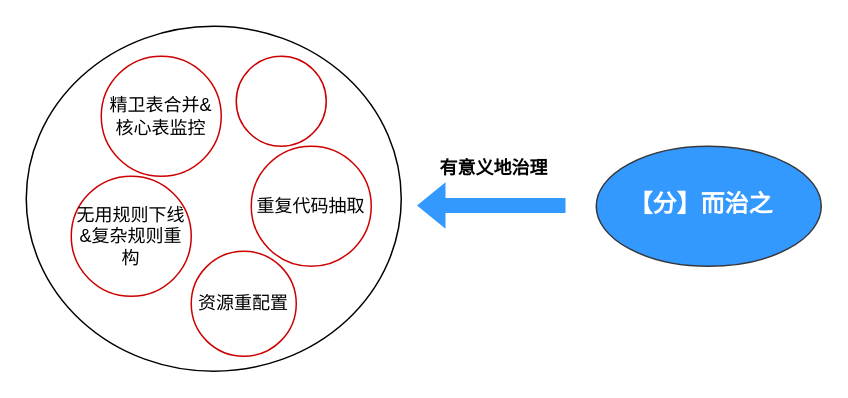
mineminemine123/work-wiki keeps this draw.io diagram as pl治理.drawio. Above is the earlier version. Source tidied: cells renumbered, new cells numbered last; positions are measured from the earlier drawing's top-left corner, leaving out a move shared by most shapes. Both pictures are drawn from the tidied source at 150%, with x=0, y=0 at pixel (26, 26).
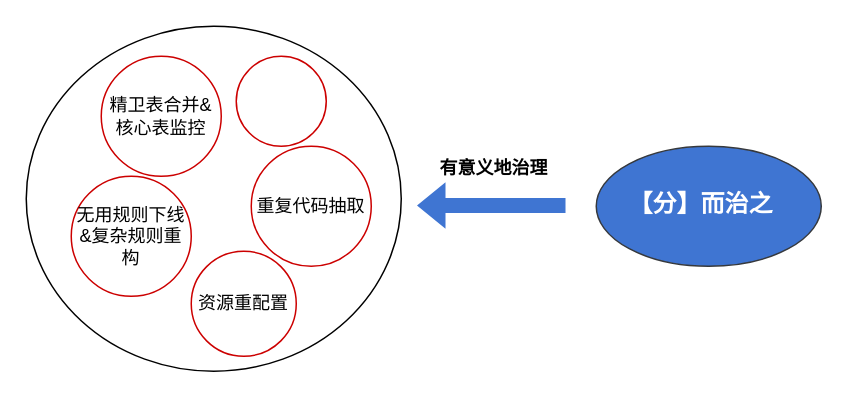
The same diagram, later.

The edit, as a diff of the source:
```diff
@@
 <mxGraphModel>
   <root>
     <mxCell id="0" />
     <mxCell id="1" parent="0" />
-    <mxCell id="2" style="shape=flexArrow;endArrow=classic;html=1;rounded=0;strokeColor=none;fillColor=#3399FF;" parent="1" edge="1">
+    <mxCell id="2" style="shape=flexArrow;endArrow=classic;html=1;rounded=0;strokeColor=none;fillColor=#3F75D2;" parent="1" edge="1">
       <mxGeometry relative="1" as="geometry">
         <mxPoint x="360" y="119.5" as="sourcePoint" />
         <mxPoint x="260" y="119.5" as="targetPoint" />
       </mxGeometry>
     </mxCell>
-    <mxCell id="3" style="ellipse;whiteSpace=wrap;html=1;strokeColor=#36393d;fillColor=#3399FF;" parent="1" vertex="1">
+    <mxCell id="3" style="ellipse;whiteSpace=wrap;html=1;strokeColor=#36393d;fillColor=light-dark(#3F75D2,#2B82DA);" parent="1" vertex="1">
       <mxGeometry x="380" y="80" width="150" height="80" as="geometry" />
     </mxCell>
     <mxCell id="4" value="&lt;font style=&quot;color: rgb(255, 255, 255); font-size: 16px;&quot;&gt;&lt;b&gt;【分】而治之&lt;/b&gt;&lt;/font&gt;" style="text;html=1;align=center;verticalAlign=middle;whiteSpace=wrap;rounded=0;" parent="1" vertex="1">
       <mxGeometry x="400" y="100" width="100" height="35" as="geometry" />
     </mxCell>
     <mxCell id="5" style="ellipse;whiteSpace=wrap;html=1;" parent="1" vertex="1">
       <mxGeometry width="250" height="230" as="geometry" />
     </mxCell>
     <mxCell id="6" value="&lt;div&gt;&lt;div class=&quot;old-record-id-XWXkdjbSToSbAaxWngFc1ZIonQe&quot;&gt;精卫表合并&amp;amp;核心表监控&lt;/div&gt;&lt;/div&gt;&lt;span class=&quot;lark-record-clipboard&quot; data-lark-record-data=&quot;{&amp;quot;rootId&amp;quot;:&amp;quot;ChRIdA0hZobBU5xymgpcbbGHnzd&amp;quot;,&amp;quot;text&amp;quot;:{&amp;quot;initialAttributedTexts&amp;quot;:{&amp;quot;text&amp;quot;:{&amp;quot;0&amp;quot;:&amp;quot;精卫表合并&amp;amp;核心表监控&amp;quot;},&amp;quot;attribs&amp;quot;:{&amp;quot;0&amp;quot;:&amp;quot;*0+b&amp;quot;}},&amp;quot;apool&amp;quot;:{&amp;quot;numToAttrib&amp;quot;:{&amp;quot;0&amp;quot;:[&amp;quot;author&amp;quot;,&amp;quot;6789052697665437964&amp;quot;]},&amp;quot;nextNum&amp;quot;:1}},&amp;quot;type&amp;quot;:&amp;quot;text&amp;quot;,&amp;quot;referenceRecordMap&amp;quot;:{},&amp;quot;extra&amp;quot;:{&amp;quot;channel&amp;quot;:&amp;quot;saas&amp;quot;,&amp;quot;pasteRandomId&amp;quot;:&amp;quot;1d12fe56-909d-4299-86d8-354a4d4ec832&amp;quot;,&amp;quot;mention_page_title&amp;quot;:{},&amp;quot;external_mention_url&amp;quot;:{}},&amp;quot;isKeepQuoteContainer&amp;quot;:false,&amp;quot;isFromCode&amp;quot;:false,&amp;quot;selection&amp;quot;:[{&amp;quot;id&amp;quot;:256,&amp;quot;type&amp;quot;:&amp;quot;text&amp;quot;,&amp;quot;selection&amp;quot;:{&amp;quot;start&amp;quot;:0,&amp;quot;end&amp;quot;:11},&amp;quot;recordId&amp;quot;:&amp;quot;XWXkdjbSToSbAaxWngFc1ZIonQe&amp;quot;}],&amp;quot;payloadMap&amp;quot;:{},&amp;quot;isCut&amp;quot;:false}&quot;&gt;&lt;/span&gt;" style="ellipse;whiteSpace=wrap;html=1;strokeColor=#CC0000;" parent="1" vertex="1">
       <mxGeometry x="50" y="20" width="80" height="80" as="geometry" />
     </mxCell>
     <mxCell id="7" value="&lt;div&gt;&lt;div class=&quot;old-record-id-XWXkdjbSToSbAaxWngFc1ZIonQe&quot;&gt;&lt;div&gt;&lt;div class=&quot;old-record-id-XWXkdjbSToSbAaxWngFc1ZIonQe&quot;&gt;无用规则下线&amp;amp;复杂规则重构&lt;/div&gt;&lt;/div&gt;&lt;span class=&quot;lark-record-clipboard&quot; data-lark-record-data=&quot;{&amp;quot;rootId&amp;quot;:&amp;quot;ChRIdA0hZobBU5xymgpcbbGHnzd&amp;quot;,&amp;quot;text&amp;quot;:{&amp;quot;initialAttributedTexts&amp;quot;:{&amp;quot;text&amp;quot;:{&amp;quot;0&amp;quot;:&amp;quot;无用规则下线&amp;amp;复杂规则重构&amp;quot;},&amp;quot;attribs&amp;quot;:{&amp;quot;0&amp;quot;:&amp;quot;*0+d&amp;quot;}},&amp;quot;apool&amp;quot;:{&amp;quot;numToAttrib&amp;quot;:{&amp;quot;0&amp;quot;:[&amp;quot;author&amp;quot;,&amp;quot;6789052697665437964&amp;quot;]},&amp;quot;nextNum&amp;quot;:1}},&amp;quot;type&amp;quot;:&amp;quot;text&amp;quot;,&amp;quot;referenceRecordMap&amp;quot;:{},&amp;quot;extra&amp;quot;:{&amp;quot;channel&amp;quot;:&amp;quot;saas&amp;quot;,&amp;quot;pasteRandomId&amp;quot;:&amp;quot;5cdd5dfd-b43b-46cd-955d-e5122e08f436&amp;quot;,&amp;quot;mention_page_title&amp;quot;:{},&amp;quot;external_mention_url&amp;quot;:{}},&amp;quot;isKeepQuoteContainer&amp;quot;:false,&amp;quot;isFromCode&amp;quot;:false,&amp;quot;selection&amp;quot;:[{&amp;quot;id&amp;quot;:256,&amp;quot;type&amp;quot;:&amp;quot;text&amp;quot;,&amp;quot;selection&amp;quot;:{&amp;quot;start&amp;quot;:14,&amp;quot;end&amp;quot;:27},&amp;quot;recordId&amp;quot;:&amp;quot;XWXkdjbSToSbAaxWngFc1ZIonQe&amp;quot;}],&amp;quot;payloadMap&amp;quot;:{},&amp;quot;isCut&amp;quot;:false}&quot;&gt;&lt;/span&gt;&lt;/div&gt;&lt;/div&gt;&lt;span class=&quot;lark-record-clipboard&quot; data-lark-record-data=&quot;{&amp;quot;rootId&amp;quot;:&amp;quot;ChRIdA0hZobBU5xymgpcbbGHnzd&amp;quot;,&amp;quot;text&amp;quot;:{&amp;quot;initialAttributedTexts&amp;quot;:{&amp;quot;text&amp;quot;:{&amp;quot;0&amp;quot;:&amp;quot;精卫表合并&amp;amp;核心表监控&amp;quot;},&amp;quot;attribs&amp;quot;:{&amp;quot;0&amp;quot;:&amp;quot;*0+b&amp;quot;}},&amp;quot;apool&amp;quot;:{&amp;quot;numToAttrib&amp;quot;:{&amp;quot;0&amp;quot;:[&amp;quot;author&amp;quot;,&amp;quot;6789052697665437964&amp;quot;]},&amp;quot;nextNum&amp;quot;:1}},&amp;quot;type&amp;quot;:&amp;quot;text&amp;quot;,&amp;quot;referenceRecordMap&amp;quot;:{},&amp;quot;extra&amp;quot;:{&amp;quot;channel&amp;quot;:&amp;quot;saas&amp;quot;,&amp;quot;pasteRandomId&amp;quot;:&amp;quot;1d12fe56-909d-4299-86d8-354a4d4ec832&amp;quot;,&amp;quot;mention_page_title&amp;quot;:{},&amp;quot;external_mention_url&amp;quot;:{}},&amp;quot;isKeepQuoteContainer&amp;quot;:false,&amp;quot;isFromCode&amp;quot;:false,&amp;quot;selection&amp;quot;:[{&amp;quot;id&amp;quot;:256,&amp;quot;type&amp;quot;:&amp;quot;text&amp;quot;,&amp;quot;selection&amp;quot;:{&amp;quot;start&amp;quot;:0,&amp;quot;end&amp;quot;:11},&amp;quot;recordId&amp;quot;:&amp;quot;XWXkdjbSToSbAaxWngFc1ZIonQe&amp;quot;}],&amp;quot;payloadMap&amp;quot;:{},&amp;quot;isCut&amp;quot;:false}&quot;&gt;&lt;/span&gt;" style="ellipse;whiteSpace=wrap;html=1;strokeColor=#CC0000;" parent="1" vertex="1">
       <mxGeometry x="30" y="100" width="80" height="80" as="geometry" />
     </mxCell>
     <mxCell id="8" value="&lt;div&gt;&lt;div class=&quot;old-record-id-XWXkdjbSToSbAaxWngFc1ZIonQe&quot;&gt;&lt;div&gt;&lt;div class=&quot;old-record-id-XWXkdjbSToSbAaxWngFc1ZIonQe&quot;&gt;&lt;div&gt;&lt;div class=&quot;old-record-id-XWXkdjbSToSbAaxWngFc1ZIonQe&quot;&gt;重复代码抽取&lt;/div&gt;&lt;/div&gt;&lt;span class=&quot;lark-record-clipboard&quot; data-lark-record-data=&quot;{&amp;quot;rootId&amp;quot;:&amp;quot;ChRIdA0hZobBU5xymgpcbbGHnzd&amp;quot;,&amp;quot;text&amp;quot;:{&amp;quot;initialAttributedTexts&amp;quot;:{&amp;quot;text&amp;quot;:{&amp;quot;0&amp;quot;:&amp;quot;复用代码抽取&amp;quot;},&amp;quot;attribs&amp;quot;:{&amp;quot;0&amp;quot;:&amp;quot;*0+6&amp;quot;}},&amp;quot;apool&amp;quot;:{&amp;quot;numToAttrib&amp;quot;:{&amp;quot;0&amp;quot;:[&amp;quot;author&amp;quot;,&amp;quot;6789052697665437964&amp;quot;]},&amp;quot;nextNum&amp;quot;:1}},&amp;quot;type&amp;quot;:&amp;quot;text&amp;quot;,&amp;quot;referenceRecordMap&amp;quot;:{},&amp;quot;extra&amp;quot;:{&amp;quot;channel&amp;quot;:&amp;quot;saas&amp;quot;,&amp;quot;pasteRandomId&amp;quot;:&amp;quot;e9fa6218-35b4-4a9d-a9d8-3d668199a75c&amp;quot;,&amp;quot;mention_page_title&amp;quot;:{},&amp;quot;external_mention_url&amp;quot;:{}},&amp;quot;isKeepQuoteContainer&amp;quot;:false,&amp;quot;isFromCode&amp;quot;:false,&amp;quot;selection&amp;quot;:[{&amp;quot;id&amp;quot;:256,&amp;quot;type&amp;quot;:&amp;quot;text&amp;quot;,&amp;quot;selection&amp;quot;:{&amp;quot;start&amp;quot;:30,&amp;quot;end&amp;quot;:36},&amp;quot;recordId&amp;quot;:&amp;quot;XWXkdjbSToSbAaxWngFc1ZIonQe&amp;quot;}],&amp;quot;payloadMap&amp;quot;:{},&amp;quot;isCut&amp;quot;:false}&quot;&gt;&lt;/span&gt;&lt;/div&gt;&lt;/div&gt;&lt;span class=&quot;lark-record-clipboard&quot; data-lark-record-data=&quot;{&amp;quot;rootId&amp;quot;:&amp;quot;ChRIdA0hZobBU5xymgpcbbGHnzd&amp;quot;,&amp;quot;text&amp;quot;:{&amp;quot;initialAttributedTexts&amp;quot;:{&amp;quot;text&amp;quot;:{&amp;quot;0&amp;quot;:&amp;quot;无用规则下线&amp;amp;复杂规则重构&amp;quot;},&amp;quot;attribs&amp;quot;:{&amp;quot;0&amp;quot;:&amp;quot;*0+d&amp;quot;}},&amp;quot;apool&amp;quot;:{&amp;quot;numToAttrib&amp;quot;:{&amp;quot;0&amp;quot;:[&amp;quot;author&amp;quot;,&amp;quot;6789052697665437964&amp;quot;]},&amp;quot;nextNum&amp;quot;:1}},&amp;quot;type&amp;quot;:&amp;quot;text&amp;quot;,&amp;quot;referenceRecordMap&amp;quot;:{},&amp;quot;extra&amp;quot;:{&amp;quot;channel&amp;quot;:&amp;quot;saas&amp;quot;,&amp;quot;pasteRandomId&amp;quot;:&amp;quot;5cdd5dfd-b43b-46cd-955d-e5122e08f436&amp;quot;,&amp;quot;mention_page_title&amp;quot;:{},&amp;quot;external_mention_url&amp;quot;:{}},&amp;quot;isKeepQuoteContainer&amp;quot;:false,&amp;quot;isFromCode&amp;quot;:false,&amp;quot;selection&amp;quot;:[{&amp;quot;id&amp;quot;:256,&amp;quot;type&amp;quot;:&amp;quot;text&amp;quot;,&amp;quot;selection&amp;quot;:{&amp;quot;start&amp;quot;:14,&amp;quot;end&amp;quot;:27},&amp;quot;recordId&amp;quot;:&amp;quot;XWXkdjbSToSbAaxWngFc1ZIonQe&amp;quot;}],&amp;quot;payloadMap&amp;quot;:{},&amp;quot;isCut&amp;quot;:false}&quot;&gt;&lt;/span&gt;&lt;/div&gt;&lt;/div&gt;&lt;span class=&quot;lark-record-clipboard&quot; data-lark-record-data=&quot;{&amp;quot;rootId&amp;quot;:&amp;quot;ChRIdA0hZobBU5xymgpcbbGHnzd&amp;quot;,&amp;quot;text&amp;quot;:{&amp;quot;initialAttributedTexts&amp;quot;:{&amp;quot;text&amp;quot;:{&amp;quot;0&amp;quot;:&amp;quot;精卫表合并&amp;amp;核心表监控&amp;quot;},&amp;quot;attribs&amp;quot;:{&amp;quot;0&amp;quot;:&amp;quot;*0+b&amp;quot;}},&amp;quot;apool&amp;quot;:{&amp;quot;numToAttrib&amp;quot;:{&amp;quot;0&amp;quot;:[&amp;quot;author&amp;quot;,&amp;quot;6789052697665437964&amp;quot;]},&amp;quot;nextNum&amp;quot;:1}},&amp;quot;type&amp;quot;:&amp;quot;text&amp;quot;,&amp;quot;referenceRecordMap&amp;quot;:{},&amp;quot;extra&amp;quot;:{&amp;quot;channel&amp;quot;:&amp;quot;saas&amp;quot;,&amp;quot;pasteRandomId&amp;quot;:&amp;quot;1d12fe56-909d-4299-86d8-354a4d4ec832&amp;quot;,&amp;quot;mention_page_title&amp;quot;:{},&amp;quot;external_mention_url&amp;quot;:{}},&amp;quot;isKeepQuoteContainer&amp;quot;:false,&amp;quot;isFromCode&amp;quot;:false,&amp;quot;selection&amp;quot;:[{&amp;quot;id&amp;quot;:256,&amp;quot;type&amp;quot;:&amp;quot;text&amp;quot;,&amp;quot;selection&amp;quot;:{&amp;quot;start&amp;quot;:0,&amp;quot;end&amp;quot;:11},&amp;quot;recordId&amp;quot;:&amp;quot;XWXkdjbSToSbAaxWngFc1ZIonQe&amp;quot;}],&amp;quot;payloadMap&amp;quot;:{},&amp;quot;isCut&amp;quot;:false}&quot;&gt;&lt;/span&gt;" style="ellipse;whiteSpace=wrap;html=1;strokeColor=#CC0000;" parent="1" vertex="1">
       <mxGeometry x="150" y="80" width="80" height="80" as="geometry" />
     </mxCell>
     <mxCell id="9" value="&lt;div&gt;&lt;div class=&quot;old-record-id-XWXkdjbSToSbAaxWngFc1ZIonQe&quot;&gt;&lt;div&gt;&lt;div class=&quot;old-record-id-XWXkdjbSToSbAaxWngFc1ZIonQe&quot;&gt;&lt;div&gt;&lt;div class=&quot;old-record-id-XWXkdjbSToSbAaxWngFc1ZIonQe&quot;&gt;&lt;div&gt;&lt;div class=&quot;old-record-id-XWXkdjbSToSbAaxWngFc1ZIonQe&quot;&gt;资源重配置&lt;/div&gt;&lt;/div&gt;&lt;span class=&quot;lark-record-clipboard&quot; data-lark-record-data=&quot;{&amp;quot;rootId&amp;quot;:&amp;quot;ChRIdA0hZobBU5xymgpcbbGHnzd&amp;quot;,&amp;quot;text&amp;quot;:{&amp;quot;initialAttributedTexts&amp;quot;:{&amp;quot;text&amp;quot;:{&amp;quot;0&amp;quot;:&amp;quot;资源重配置&amp;quot;},&amp;quot;attribs&amp;quot;:{&amp;quot;0&amp;quot;:&amp;quot;*0+5&amp;quot;}},&amp;quot;apool&amp;quot;:{&amp;quot;numToAttrib&amp;quot;:{&amp;quot;0&amp;quot;:[&amp;quot;author&amp;quot;,&amp;quot;6789052697665437964&amp;quot;]},&amp;quot;nextNum&amp;quot;:1}},&amp;quot;type&amp;quot;:&amp;quot;text&amp;quot;,&amp;quot;referenceRecordMap&amp;quot;:{},&amp;quot;extra&amp;quot;:{&amp;quot;channel&amp;quot;:&amp;quot;saas&amp;quot;,&amp;quot;pasteRandomId&amp;quot;:&amp;quot;1291db8a-156d-451d-92f8-595e6074ff26&amp;quot;,&amp;quot;mention_page_title&amp;quot;:{},&amp;quot;external_mention_url&amp;quot;:{}},&amp;quot;isKeepQuoteContainer&amp;quot;:false,&amp;quot;isFromCode&amp;quot;:false,&amp;quot;selection&amp;quot;:[{&amp;quot;id&amp;quot;:256,&amp;quot;type&amp;quot;:&amp;quot;text&amp;quot;,&amp;quot;selection&amp;quot;:{&amp;quot;start&amp;quot;:39,&amp;quot;end&amp;quot;:44},&amp;quot;recordId&amp;quot;:&amp;quot;XWXkdjbSToSbAaxWngFc1ZIonQe&amp;quot;}],&amp;quot;payloadMap&amp;quot;:{},&amp;quot;isCut&amp;quot;:false}&quot;&gt;&lt;/span&gt;&lt;/div&gt;&lt;/div&gt;&lt;span class=&quot;lark-record-clipboard&quot; data-lark-record-data=&quot;{&amp;quot;rootId&amp;quot;:&amp;quot;ChRIdA0hZobBU5xymgpcbbGHnzd&amp;quot;,&amp;quot;text&amp;quot;:{&amp;quot;initialAttributedTexts&amp;quot;:{&amp;quot;text&amp;quot;:{&amp;quot;0&amp;quot;:&amp;quot;复用代码抽取&amp;quot;},&amp;quot;attribs&amp;quot;:{&amp;quot;0&amp;quot;:&amp;quot;*0+6&amp;quot;}},&amp;quot;apool&amp;quot;:{&amp;quot;numToAttrib&amp;quot;:{&amp;quot;0&amp;quot;:[&amp;quot;author&amp;quot;,&amp;quot;6789052697665437964&amp;quot;]},&amp;quot;nextNum&amp;quot;:1}},&amp;quot;type&amp;quot;:&amp;quot;text&amp;quot;,&amp;quot;referenceRecordMap&amp;quot;:{},&amp;quot;extra&amp;quot;:{&amp;quot;channel&amp;quot;:&amp;quot;saas&amp;quot;,&amp;quot;pasteRandomId&amp;quot;:&amp;quot;e9fa6218-35b4-4a9d-a9d8-3d668199a75c&amp;quot;,&amp;quot;mention_page_title&amp;quot;:{},&amp;quot;external_mention_url&amp;quot;:{}},&amp;quot;isKeepQuoteContainer&amp;quot;:false,&amp;quot;isFromCode&amp;quot;:false,&amp;quot;selection&amp;quot;:[{&amp;quot;id&amp;quot;:256,&amp;quot;type&amp;quot;:&amp;quot;text&amp;quot;,&amp;quot;selection&amp;quot;:{&amp;quot;start&amp;quot;:30,&amp;quot;end&amp;quot;:36},&amp;quot;recordId&amp;quot;:&amp;quot;XWXkdjbSToSbAaxWngFc1ZIonQe&amp;quot;}],&amp;quot;payloadMap&amp;quot;:{},&amp;quot;isCut&amp;quot;:false}&quot;&gt;&lt;/span&gt;&lt;/div&gt;&lt;/div&gt;&lt;span class=&quot;lark-record-clipboard&quot; data-lark-record-data=&quot;{&amp;quot;rootId&amp;quot;:&amp;quot;ChRIdA0hZobBU5xymgpcbbGHnzd&amp;quot;,&amp;quot;text&amp;quot;:{&amp;quot;initialAttributedTexts&amp;quot;:{&amp;quot;text&amp;quot;:{&amp;quot;0&amp;quot;:&amp;quot;无用规则下线&amp;amp;复杂规则重构&amp;quot;},&amp;quot;attribs&amp;quot;:{&amp;quot;0&amp;quot;:&amp;quot;*0+d&amp;quot;}},&amp;quot;apool&amp;quot;:{&amp;quot;numToAttrib&amp;quot;:{&amp;quot;0&amp;quot;:[&amp;quot;author&amp;quot;,&amp;quot;6789052697665437964&amp;quot;]},&amp;quot;nextNum&amp;quot;:1}},&amp;quot;type&amp;quot;:&amp;quot;text&amp;quot;,&amp;quot;referenceRecordMap&amp;quot;:{},&amp;quot;extra&amp;quot;:{&amp;quot;channel&amp;quot;:&amp;quot;saas&amp;quot;,&amp;quot;pasteRandomId&amp;quot;:&amp;quot;5cdd5dfd-b43b-46cd-955d-e5122e08f436&amp;quot;,&amp;quot;mention_page_title&amp;quot;:{},&amp;quot;external_mention_url&amp;quot;:{}},&amp;quot;isKeepQuoteContainer&amp;quot;:false,&amp;quot;isFromCode&amp;quot;:false,&amp;quot;selection&amp;quot;:[{&amp;quot;id&amp;quot;:256,&amp;quot;type&amp;quot;:&amp;quot;text&amp;quot;,&amp;quot;selection&amp;quot;:{&amp;quot;start&amp;quot;:14,&amp;quot;end&amp;quot;:27},&amp;quot;recordId&amp;quot;:&amp;quot;XWXkdjbSToSbAaxWngFc1ZIonQe&amp;quot;}],&amp;quot;payloadMap&amp;quot;:{},&amp;quot;isCut&amp;quot;:false}&quot;&gt;&lt;/span&gt;&lt;/div&gt;&lt;/div&gt;&lt;span class=&quot;lark-record-clipboard&quot; data-lark-record-data=&quot;{&amp;quot;rootId&amp;quot;:&amp;quot;ChRIdA0hZobBU5xymgpcbbGHnzd&amp;quot;,&amp;quot;text&amp;quot;:{&amp;quot;initialAttributedTexts&amp;quot;:{&amp;quot;text&amp;quot;:{&amp;quot;0&amp;quot;:&amp;quot;精卫表合并&amp;amp;核心表监控&amp;quot;},&amp;quot;attribs&amp;quot;:{&amp;quot;0&amp;quot;:&amp;quot;*0+b&amp;quot;}},&amp;quot;apool&amp;quot;:{&amp;quot;numToAttrib&amp;quot;:{&amp;quot;0&amp;quot;:[&amp;quot;author&amp;quot;,&amp;quot;6789052697665437964&amp;quot;]},&amp;quot;nextNum&amp;quot;:1}},&amp;quot;type&amp;quot;:&amp;quot;text&amp;quot;,&amp;quot;referenceRecordMap&amp;quot;:{},&amp;quot;extra&amp;quot;:{&amp;quot;channel&amp;quot;:&amp;quot;saas&amp;quot;,&amp;quot;pasteRandomId&amp;quot;:&amp;quot;1d12fe56-909d-4299-86d8-354a4d4ec832&amp;quot;,&amp;quot;mention_page_title&amp;quot;:{},&amp;quot;external_mention_url&amp;quot;:{}},&amp;quot;isKeepQuoteContainer&amp;quot;:false,&amp;quot;isFromCode&amp;quot;:false,&amp;quot;selection&amp;quot;:[{&amp;quot;id&amp;quot;:256,&amp;quot;type&amp;quot;:&amp;quot;text&amp;quot;,&amp;quot;selection&amp;quot;:{&amp;quot;start&amp;quot;:0,&amp;quot;end&amp;quot;:11},&amp;quot;recordId&amp;quot;:&amp;quot;XWXkdjbSToSbAaxWngFc1ZIonQe&amp;quot;}],&amp;quot;payloadMap&amp;quot;:{},&amp;quot;isCut&amp;quot;:false}&quot;&gt;&lt;/span&gt;" style="ellipse;whiteSpace=wrap;html=1;strokeColor=#CC0000;" parent="1" vertex="1">
       <mxGeometry x="110" y="150" width="70" height="70" as="geometry" />
     </mxCell>
     <mxCell id="10" value="&lt;div&gt;&lt;div class=&quot;old-record-id-XWXkdjbSToSbAaxWngFc1ZIonQe&quot;&gt;&lt;div&gt;&lt;div class=&quot;old-record-id-XWXkdjbSToSbAaxWngFc1ZIonQe&quot;&gt;&lt;div&gt;&lt;div class=&quot;old-record-id-XWXkdjbSToSbAaxWngFc1ZIonQe&quot;&gt;&lt;div&gt;&lt;div class=&quot;old-record-id-XWXkdjbSToSbAaxWngFc1ZIonQe&quot;&gt;&lt;br&gt;&lt;/div&gt;&lt;/div&gt;&lt;span class=&quot;lark-record-clipboard&quot; data-lark-record-data=&quot;{&amp;quot;rootId&amp;quot;:&amp;quot;ChRIdA0hZobBU5xymgpcbbGHnzd&amp;quot;,&amp;quot;text&amp;quot;:{&amp;quot;initialAttributedTexts&amp;quot;:{&amp;quot;text&amp;quot;:{&amp;quot;0&amp;quot;:&amp;quot;资源重配置&amp;quot;},&amp;quot;attribs&amp;quot;:{&amp;quot;0&amp;quot;:&amp;quot;*0+5&amp;quot;}},&amp;quot;apool&amp;quot;:{&amp;quot;numToAttrib&amp;quot;:{&amp;quot;0&amp;quot;:[&amp;quot;author&amp;quot;,&amp;quot;6789052697665437964&amp;quot;]},&amp;quot;nextNum&amp;quot;:1}},&amp;quot;type&amp;quot;:&amp;quot;text&amp;quot;,&amp;quot;referenceRecordMap&amp;quot;:{},&amp;quot;extra&amp;quot;:{&amp;quot;channel&amp;quot;:&amp;quot;saas&amp;quot;,&amp;quot;pasteRandomId&amp;quot;:&amp;quot;1291db8a-156d-451d-92f8-595e6074ff26&amp;quot;,&amp;quot;mention_page_title&amp;quot;:{},&amp;quot;external_mention_url&amp;quot;:{}},&amp;quot;isKeepQuoteContainer&amp;quot;:false,&amp;quot;isFromCode&amp;quot;:false,&amp;quot;selection&amp;quot;:[{&amp;quot;id&amp;quot;:256,&amp;quot;type&amp;quot;:&amp;quot;text&amp;quot;,&amp;quot;selection&amp;quot;:{&amp;quot;start&amp;quot;:39,&amp;quot;end&amp;quot;:44},&amp;quot;recordId&amp;quot;:&amp;quot;XWXkdjbSToSbAaxWngFc1ZIonQe&amp;quot;}],&amp;quot;payloadMap&amp;quot;:{},&amp;quot;isCut&amp;quot;:false}&quot;&gt;&lt;/span&gt;&lt;/div&gt;&lt;/div&gt;&lt;span class=&quot;lark-record-clipboard&quot; data-lark-record-data=&quot;{&amp;quot;rootId&amp;quot;:&amp;quot;ChRIdA0hZobBU5xymgpcbbGHnzd&amp;quot;,&amp;quot;text&amp;quot;:{&amp;quot;initialAttributedTexts&amp;quot;:{&amp;quot;text&amp;quot;:{&amp;quot;0&amp;quot;:&amp;quot;复用代码抽取&amp;quot;},&amp;quot;attribs&amp;quot;:{&amp;quot;0&amp;quot;:&amp;quot;*0+6&amp;quot;}},&amp;quot;apool&amp;quot;:{&amp;quot;numToAttrib&amp;quot;:{&amp;quot;0&amp;quot;:[&amp;quot;author&amp;quot;,&amp;quot;6789052697665437964&amp;quot;]},&amp;quot;nextNum&amp;quot;:1}},&amp;quot;type&amp;quot;:&amp;quot;text&amp;quot;,&amp;quot;referenceRecordMap&amp;quot;:{},&amp;quot;extra&amp;quot;:{&amp;quot;channel&amp;quot;:&amp;quot;saas&amp;quot;,&amp;quot;pasteRandomId&amp;quot;:&amp;quot;e9fa6218-35b4-4a9d-a9d8-3d668199a75c&amp;quot;,&amp;quot;mention_page_title&amp;quot;:{},&amp;quot;external_mention_url&amp;quot;:{}},&amp;quot;isKeepQuoteContainer&amp;quot;:false,&amp;quot;isFromCode&amp;quot;:false,&amp;quot;selection&amp;quot;:[{&amp;quot;id&amp;quot;:256,&amp;quot;type&amp;quot;:&amp;quot;text&amp;quot;,&amp;quot;selection&amp;quot;:{&amp;quot;start&amp;quot;:30,&amp;quot;end&amp;quot;:36},&amp;quot;recordId&amp;quot;:&amp;quot;XWXkdjbSToSbAaxWngFc1ZIonQe&amp;quot;}],&amp;quot;payloadMap&amp;quot;:{},&amp;quot;isCut&amp;quot;:false}&quot;&gt;&lt;/span&gt;&lt;/div&gt;&lt;/div&gt;&lt;span class=&quot;lark-record-clipboard&quot; data-lark-record-data=&quot;{&amp;quot;rootId&amp;quot;:&amp;quot;ChRIdA0hZobBU5xymgpcbbGHnzd&amp;quot;,&amp;quot;text&amp;quot;:{&amp;quot;initialAttributedTexts&amp;quot;:{&amp;quot;text&amp;quot;:{&amp;quot;0&amp;quot;:&amp;quot;无用规则下线&amp;amp;复杂规则重构&amp;quot;},&amp;quot;attribs&amp;quot;:{&amp;quot;0&amp;quot;:&amp;quot;*0+d&amp;quot;}},&amp;quot;apool&amp;quot;:{&amp;quot;numToAttrib&amp;quot;:{&amp;quot;0&amp;quot;:[&amp;quot;author&amp;quot;,&amp;quot;6789052697665437964&amp;quot;]},&amp;quot;nextNum&amp;quot;:1}},&amp;quot;type&amp;quot;:&amp;quot;text&amp;quot;,&amp;quot;referenceRecordMap&amp;quot;:{},&amp;quot;extra&amp;quot;:{&amp;quot;channel&amp;quot;:&amp;quot;saas&amp;quot;,&amp;quot;pasteRandomId&amp;quot;:&amp;quot;5cdd5dfd-b43b-46cd-955d-e5122e08f436&amp;quot;,&amp;quot;mention_page_title&amp;quot;:{},&amp;quot;external_mention_url&amp;quot;:{}},&amp;quot;isKeepQuoteContainer&amp;quot;:false,&amp;quot;isFromCode&amp;quot;:false,&amp;quot;selection&amp;quot;:[{&amp;quot;id&amp;quot;:256,&amp;quot;type&amp;quot;:&amp;quot;text&amp;quot;,&amp;quot;selection&amp;quot;:{&amp;quot;start&amp;quot;:14,&amp;quot;end&amp;quot;:27},&amp;quot;recordId&amp;quot;:&amp;quot;XWXkdjbSToSbAaxWngFc1ZIonQe&amp;quot;}],&amp;quot;payloadMap&amp;quot;:{},&amp;quot;isCut&amp;quot;:false}&quot;&gt;&lt;/span&gt;&lt;/div&gt;&lt;/div&gt;&lt;span class=&quot;lark-record-clipboard&quot; data-lark-record-data=&quot;{&amp;quot;rootId&amp;quot;:&amp;quot;ChRIdA0hZobBU5xymgpcbbGHnzd&amp;quot;,&amp;quot;text&amp;quot;:{&amp;quot;initialAttributedTexts&amp;quot;:{&amp;quot;text&amp;quot;:{&amp;quot;0&amp;quot;:&amp;quot;精卫表合并&amp;amp;核心表监控&amp;quot;},&amp;quot;attribs&amp;quot;:{&amp;quot;0&amp;quot;:&amp;quot;*0+b&amp;quot;}},&amp;quot;apool&amp;quot;:{&amp;quot;numToAttrib&amp;quot;:{&amp;quot;0&amp;quot;:[&amp;quot;author&amp;quot;,&amp;quot;6789052697665437964&amp;quot;]},&amp;quot;nextNum&amp;quot;:1}},&amp;quot;type&amp;quot;:&amp;quot;text&amp;quot;,&amp;quot;referenceRecordMap&amp;quot;:{},&amp;quot;extra&amp;quot;:{&amp;quot;channel&amp;quot;:&amp;quot;saas&amp;quot;,&amp;quot;pasteRandomId&amp;quot;:&amp;quot;1d12fe56-909d-4299-86d8-354a4d4ec832&amp;quot;,&amp;quot;mention_page_title&amp;quot;:{},&amp;quot;external_mention_url&amp;quot;:{}},&amp;quot;isKeepQuoteContainer&amp;quot;:false,&amp;quot;isFromCode&amp;quot;:false,&amp;quot;selection&amp;quot;:[{&amp;quot;id&amp;quot;:256,&amp;quot;type&amp;quot;:&amp;quot;text&amp;quot;,&amp;quot;selection&amp;quot;:{&amp;quot;start&amp;quot;:0,&amp;quot;end&amp;quot;:11},&amp;quot;recordId&amp;quot;:&amp;quot;XWXkdjbSToSbAaxWngFc1ZIonQe&amp;quot;}],&amp;quot;payloadMap&amp;quot;:{},&amp;quot;isCut&amp;quot;:false}&quot;&gt;&lt;/span&gt;" style="ellipse;whiteSpace=wrap;html=1;strokeColor=#CC0000;" parent="1" vertex="1">
       <mxGeometry x="140" y="20" width="60" height="60" as="geometry" />
     </mxCell>
     <mxCell id="11" value="&lt;b&gt;有意义地治理&lt;/b&gt;" style="text;strokeColor=none;fillColor=none;align=left;verticalAlign=middle;spacingLeft=4;spacingRight=4;overflow=hidden;whiteSpace=wrap;html=1;" parent="1" vertex="1">
       <mxGeometry x="270" y="80" width="110" height="30" as="geometry" />
     </mxCell>
   </root>
 </mxGraphModel>
```
